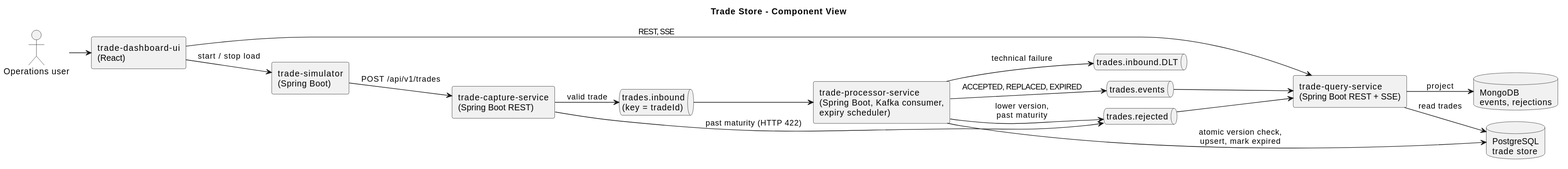
The PlantUML diagram docs/diagrams/component.svg in vijaydixitffis/dws-trade-app, before a commit.
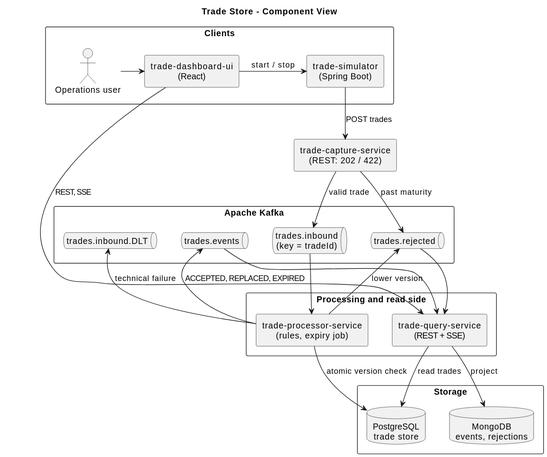
Later version of the same file.

Commit message:
docs: lay out the component diagram top to bottom in layers

What changed in the source:
```diff
@@ -1,38 +1,54 @@
 @startuml
-!pragma layout smetana
 title Trade Store - Component View
 skinparam componentStyle rectangle
-left to right direction
+skinparam defaultTextAlignment center
+skinparam nodesep 40
+skinparam ranksep 50
+top to bottom direction
 
-actor "Operations user" as user
+rectangle "Clients" as clients {
+  actor "Operations user" as user
+  component "trade-dashboard-ui\n(React)" as ui
+  component "trade-simulator\n(Spring Boot)" as sim
+}
 
-component "trade-simulator\n(Spring Boot)" as sim
-component "trade-dashboard-ui\n(React)" as ui
-component "trade-capture-service\n(Spring Boot REST)" as capture
-component "trade-processor-service\n(Spring Boot, Kafka consumer,\nexpiry scheduler)" as processor
-component "trade-query-service\n(Spring Boot REST + SSE)" as query
+component "trade-capture-service\n(REST: 202 / 422)" as capture
 
-queue "trades.inbound\n(key = tradeId)" as inbound
-queue "trades.events" as events
-queue "trades.rejected" as rejected
-queue "trades.inbound.DLT" as dlt
+rectangle "Apache Kafka" as kafka {
+  queue "trades.inbound\n(key = tradeId)" as inbound
+  queue "trades.events" as events
+  queue "trades.rejected" as rejected
+  queue "trades.inbound.DLT" as dlt
+  inbound -[hidden]right-> rejected
+  rejected -[hidden]right-> events
+  events -[hidden]right-> dlt
+}
 
-database "PostgreSQL\ntrade store" as pg
-database "MongoDB\nevents, rejections" as mongo
+rectangle "Processing and read side" as services {
+  component "trade-processor-service\n(rules, expiry job)" as processor
+  component "trade-query-service\n(REST + SSE)" as query
+  processor -[hidden]right-> query
+}
 
-user --> ui
-ui --> sim : start / stop load
-ui --> query : REST, SSE
-sim --> capture : POST /api/v1/trades
+rectangle "Storage" as storage {
+  database "PostgreSQL\ntrade store" as pg
+  database "MongoDB\nevents, rejections" as mongo
+  pg -[hidden]right-> mongo
+}
+
+user -right-> ui
+ui -right-> sim : start / stop
+ui -[norank]-> query : REST, SSE
+sim -down-> capture : POST trades
 capture --> inbound : valid trade
-capture --> rejected : past maturity (HTTP 422)
+capture --> rejected : past maturity
 inbound --> processor
-processor --> pg : atomic version check,\nupsert, mark expired
 processor --> events : ACCEPTED, REPLACED, EXPIRED
-processor --> rejected : lower version,\npast maturity
+processor --> rejected : lower version
 processor --> dlt : technical failure
+processor -down-> pg : atomic version check
 events --> query
 rejected --> query
-query --> mongo : project
-query --> pg : read trades
+query -down-> mongo : project
+query -down-> pg : read trades
 @enduml
```
